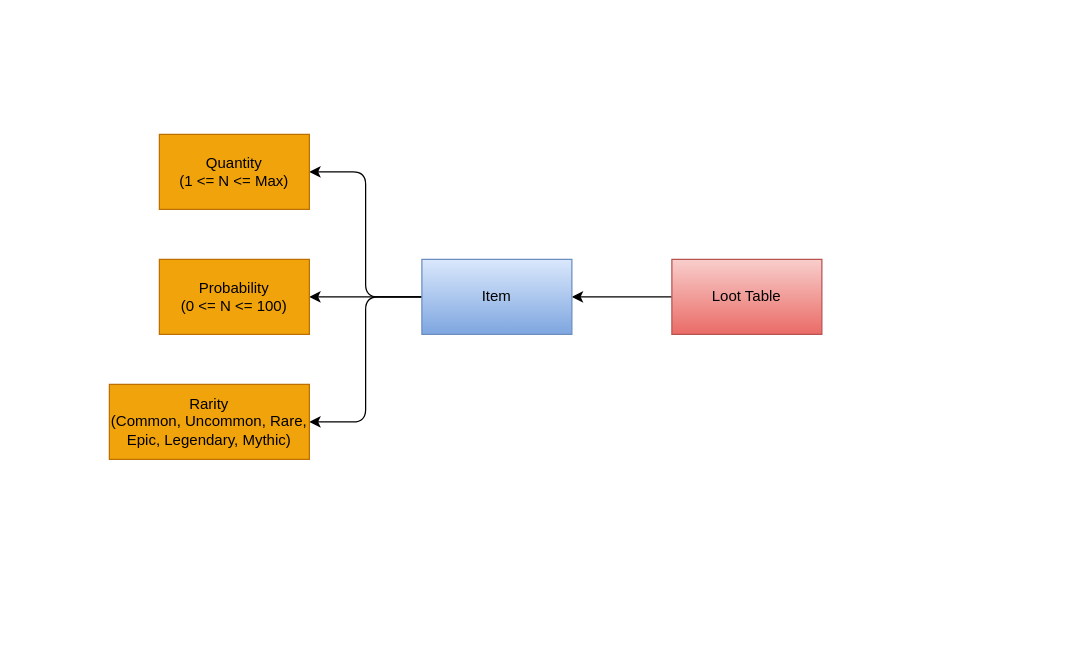
This is page "General" (1 of 4) of Design/LootTableSystem.drawio from tai-engineer/3D_RPG_Survival, a draw.io file, before an edit. Source tidied: cells renumbered, new cells numbered last; positions are measured from the earlier drawing's top-left corner, leaving out a move shared by most shapes. Both pictures are drawn from the tidied source at 125%, with x=0, y=0 at pixel (109, 134).
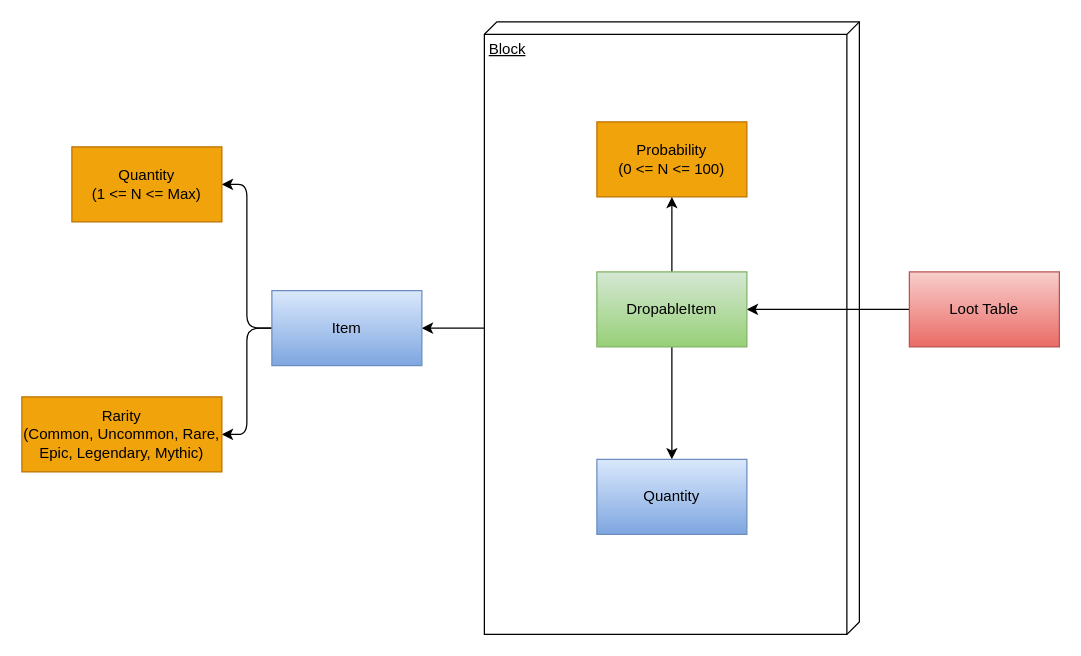
Above is the later version.

Change to the diagram source:
```diff
@@
 <mxGraphModel>
   <root>
     <mxCell id="0" />
     <mxCell id="1" parent="0" />
-    <mxCell id="2" style="edgeStyle=orthogonalEdgeStyle;rounded=1;jettySize=auto;html=1;entryX=1;entryY=0.5;entryDx=0;entryDy=0;" parent="1" edge="1" source="3" target="7">
-      <mxGeometry relative="1" as="geometry" />
-    </mxCell>
+    <mxCell id="11" style="edgeStyle=orthogonalEdgeStyle;rounded=1;jettySize=auto;html=1;entryX=1;entryY=0.5;entryDx=0;entryDy=0;" parent="1" edge="1" source="12" target="7">
+      <mxGeometry relative="1" as="geometry" />
+    </mxCell>
+    <mxCell id="12" value="Block" style="verticalAlign=top;align=left;spacingTop=8;spacingLeft=2;spacingRight=12;shape=cube;size=10;direction=south;fontStyle=4;html=1;" parent="1" vertex="1">
+      <mxGeometry x="300" y="-90" width="300" height="490" as="geometry" />
+    </mxCell>
+    <mxCell id="13" style="edgeStyle=orthogonalEdgeStyle;rounded=1;jettySize=auto;html=1;entryX=1;entryY=0.5;entryDx=0;entryDy=0;" parent="1" edge="1" source="3" target="16">
+      <mxGeometry relative="1" as="geometry" />
+    </mxCell>
     <mxCell id="3" value="Loot Table" style="rounded=0;whiteSpace=wrap;html=1;fillColor=#f8cecc;gradientColor=#ea6b66;strokeColor=#b85450;" parent="1" vertex="1">
-      <mxGeometry x="450" y="100" width="120" height="60" as="geometry" />
+      <mxGeometry x="640" y="110" width="120" height="60" as="geometry" />
     </mxCell>
     <mxCell id="4" style="edgeStyle=orthogonalEdgeStyle;rounded=1;jettySize=auto;html=1;entryX=1;entryY=0.5;entryDx=0;entryDy=0;" parent="1" edge="1" source="7" target="9">
       <mxGeometry relative="1" as="geometry" />
     </mxCell>
-    <mxCell id="5" style="edgeStyle=orthogonalEdgeStyle;rounded=1;jettySize=auto;html=1;entryX=1;entryY=0.5;entryDx=0;entryDy=0;" parent="1" edge="1" source="7" target="10">
-      <mxGeometry relative="1" as="geometry" />
-    </mxCell>
     <mxCell id="6" style="edgeStyle=orthogonalEdgeStyle;rounded=1;jettySize=auto;html=1;entryX=1;entryY=0.5;entryDx=0;entryDy=0;" parent="1" edge="1" source="7" target="8">
       <mxGeometry relative="1" as="geometry" />
     </mxCell>
     <mxCell id="7" value="Item" style="rounded=0;whiteSpace=wrap;html=1;fillColor=#dae8fc;strokeColor=#6c8ebf;gradientColor=#7ea6e0;" parent="1" vertex="1">
-      <mxGeometry x="250" y="100" width="120" height="60" as="geometry" />
+      <mxGeometry x="130" y="125" width="120" height="60" as="geometry" />
     </mxCell>
     <mxCell id="8" value="Rarity&lt;br&gt;(Common, Uncommon, Rare, Epic, Legendary, Mythic)" style="rounded=0;whiteSpace=wrap;html=1;fillColor=#f0a30a;fontColor=#000000;strokeColor=#BD7000;" parent="1" vertex="1">
-      <mxGeometry y="200" width="160" height="60" as="geometry" />
+      <mxGeometry x="-70" y="210" width="160" height="60" as="geometry" />
     </mxCell>
     <mxCell id="9" value="Quantity&lt;br&gt;(1 &amp;lt;= N &amp;lt;= Max)" style="rounded=0;whiteSpace=wrap;html=1;fillColor=#f0a30a;fontColor=#000000;strokeColor=#BD7000;" parent="1" vertex="1">
-      <mxGeometry x="40" width="120" height="60" as="geometry" />
+      <mxGeometry x="-30" y="10" width="120" height="60" as="geometry" />
     </mxCell>
     <mxCell id="10" value="Probability&lt;br&gt;(0 &amp;lt;= N &amp;lt;= 100)" style="rounded=0;whiteSpace=wrap;html=1;fillColor=#f0a30a;fontColor=#000000;strokeColor=#BD7000;" parent="1" vertex="1">
-      <mxGeometry x="40" y="100" width="120" height="60" as="geometry" />
+      <mxGeometry x="390" y="-10" width="120" height="60" as="geometry" />
     </mxCell>
+    <mxCell id="14" style="edgeStyle=orthogonalEdgeStyle;rounded=1;jettySize=auto;html=1;entryX=0.5;entryY=0;entryDx=0;entryDy=0;" parent="1" edge="1" source="16" target="17">
+      <mxGeometry relative="1" as="geometry" />
+    </mxCell>
+    <mxCell id="15" style="edgeStyle=orthogonalEdgeStyle;rounded=1;jettySize=auto;html=1;entryX=0.5;entryY=1;entryDx=0;entryDy=0;" parent="1" edge="1" source="16" target="10">
+      <mxGeometry relative="1" as="geometry" />
+    </mxCell>
+    <mxCell id="16" value="DropableItem" style="whiteSpace=wrap;html=1;fillColor=#d5e8d4;strokeColor=#82b366;gradientColor=#97d077;" parent="1" vertex="1">
+      <mxGeometry x="390" y="110" width="120" height="60" as="geometry" />
+    </mxCell>
+    <mxCell id="17" value="Quantity" style="whiteSpace=wrap;html=1;fillColor=#dae8fc;gradientColor=#7ea6e0;strokeColor=#6c8ebf;" parent="1" vertex="1">
+      <mxGeometry x="390" y="260" width="120" height="60" as="geometry" />
+    </mxCell>
   </root>
 </mxGraphModel>
```
